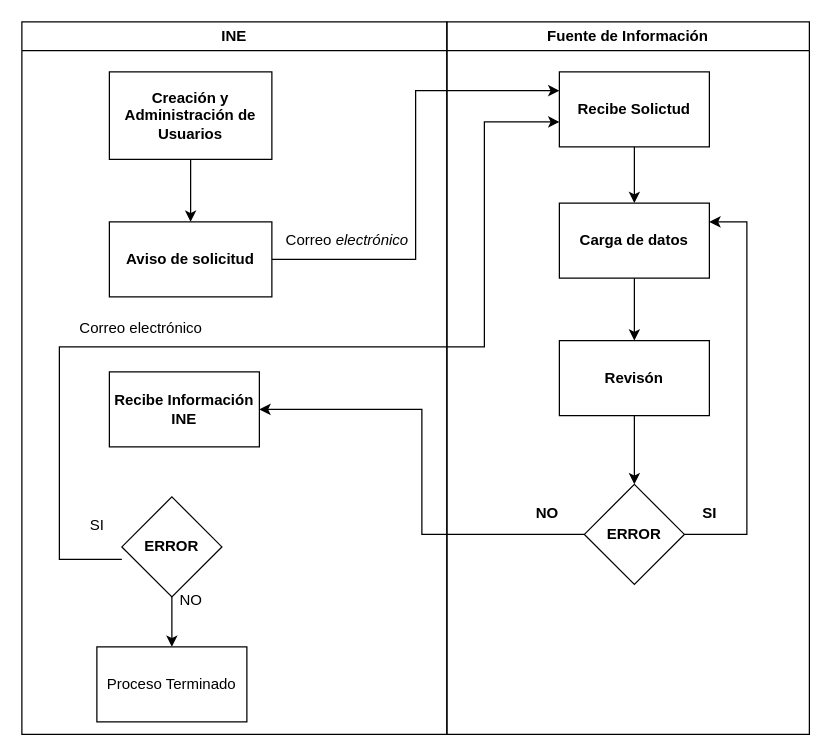
This is Representación Grafica.drawio from PCORADO/Representaci-n-Gr-fica, a draw.io file, before an edit. Source tidied: cells renumbered, new cells numbered last; positions are measured from the earlier drawing's top-left corner, leaving out a move shared by most shapes. Both pictures are drawn from the tidied source at 125%, with x=0, y=0 at pixel (21, 21).
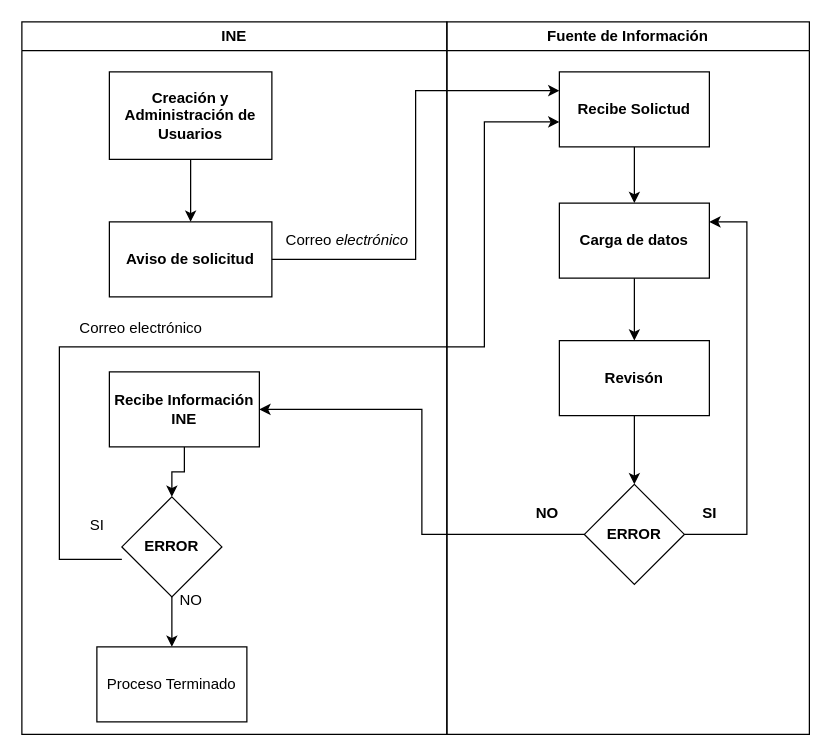
Above is the later version.

Unchanged cells that the change refers to:
```xml
<mxCell id="2" value="&lt;b&gt;INE&lt;/b&gt;" style="swimlane;whiteSpace=wrap;html=1;startSize=23;fillColor=none;" parent="1" vertex="1">
  <mxGeometry width="340" height="570" as="geometry" />
</mxCell>
<mxCell id="7" value="&lt;b&gt;Recibe Información INE&lt;/b&gt;" style="rounded=0;whiteSpace=wrap;html=1;fillColor=none;" parent="2" vertex="1">
  <mxGeometry x="70" y="280" width="120" height="60" as="geometry" />
</mxCell>
<mxCell id="9" value="&lt;b&gt;ERROR&lt;/b&gt;" style="rhombus;whiteSpace=wrap;html=1;fillColor=none;" parent="2" vertex="1">
  <mxGeometry x="80" y="380" width="80" height="80" as="geometry" />
</mxCell>
```

Change to the diagram source:
```diff
@@
+    <mxCell id="28" style="edgeStyle=orthogonalEdgeStyle;rounded=0;jettySize=auto;html=1;entryX=0.5;entryY=0;entryDx=0;entryDy=0;" parent="2" edge="1" source="7" target="9">
+      <mxGeometry relative="1" as="geometry" />
+    </mxCell>
```
